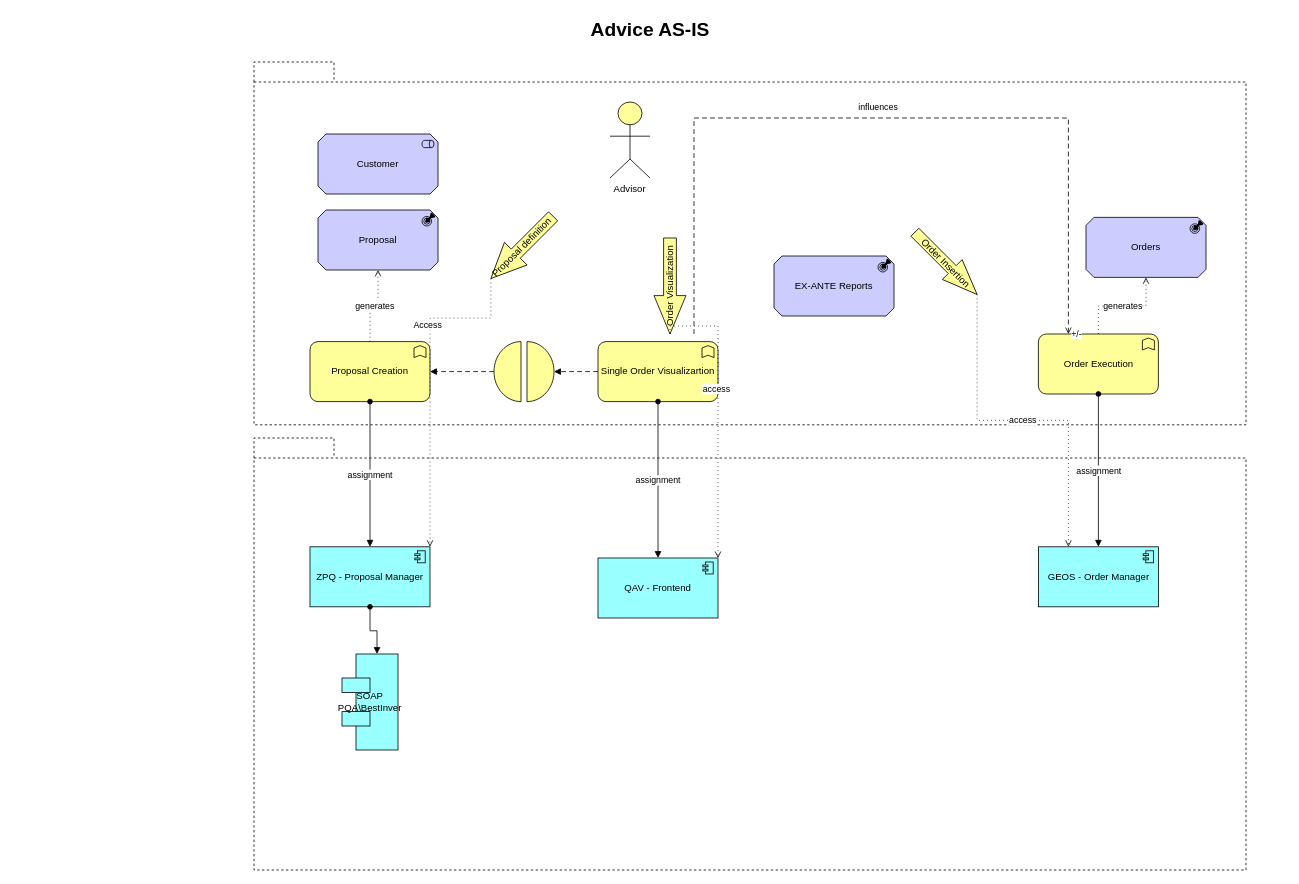
marcogenovaunicredit/adv-ba-process keeps this draw.io diagram as desing/Untitled Diagram.drawio. Above is the earlier version. Source tidied: cells renumbered, new cells numbered last; positions are measured from the earlier drawing's top-left corner, leaving out a move shared by most shapes. Both pictures are drawn from the tidied source at 80%, with x=0, y=0 at pixel (14, 14).
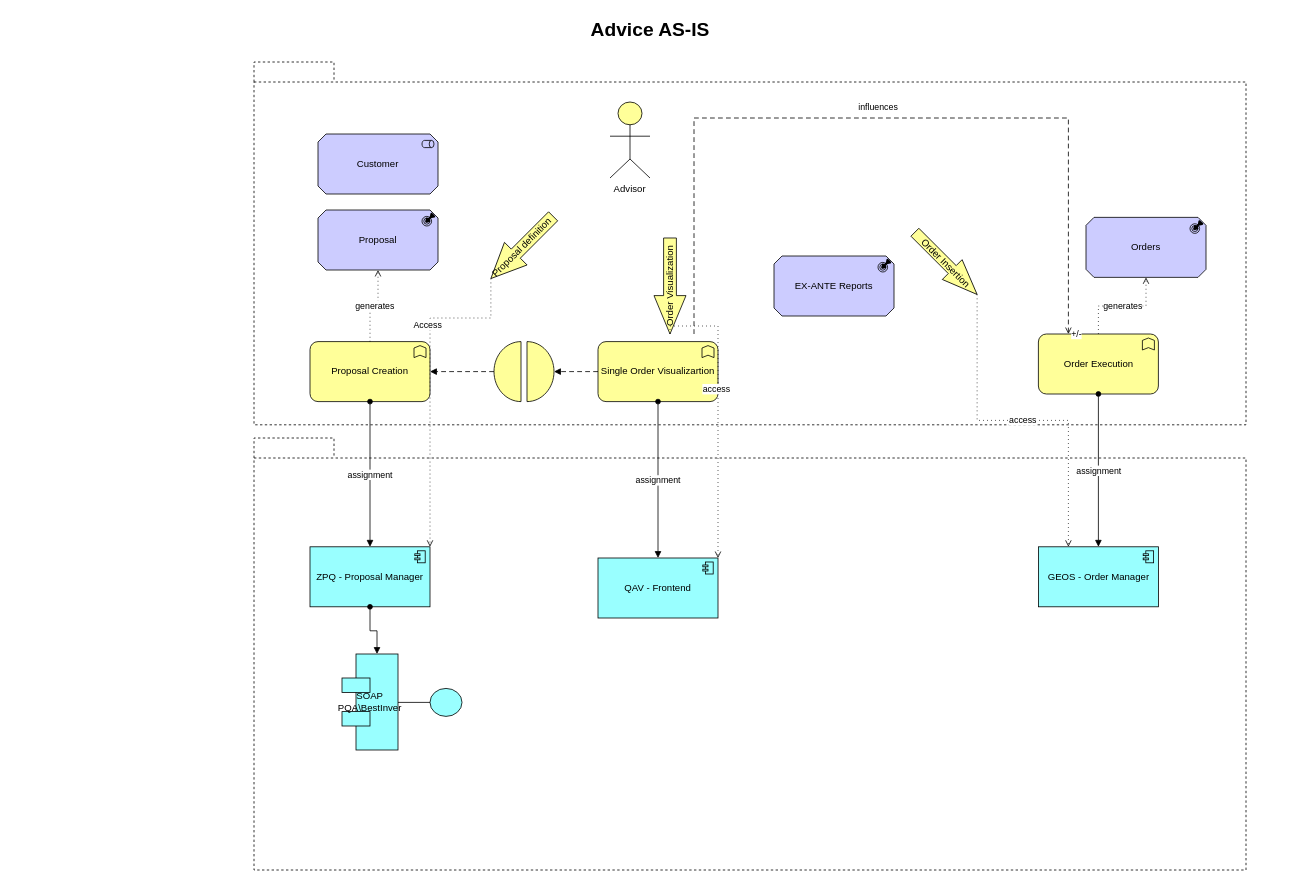
Above is the later version.

Commit message:
Added new elements of the AS-IS scenario

Diff of the diagram source:
```diff
@@
+    <mxCell id="36" style="html=1;whiteSpace=wrap;fillColor=#99ffff;shape=mxgraph.archimate3.interface;" parent="1" vertex="1">
+      <mxGeometry x="480" y="843" width="80" height="35" as="geometry" />
+    </mxCell>
```
